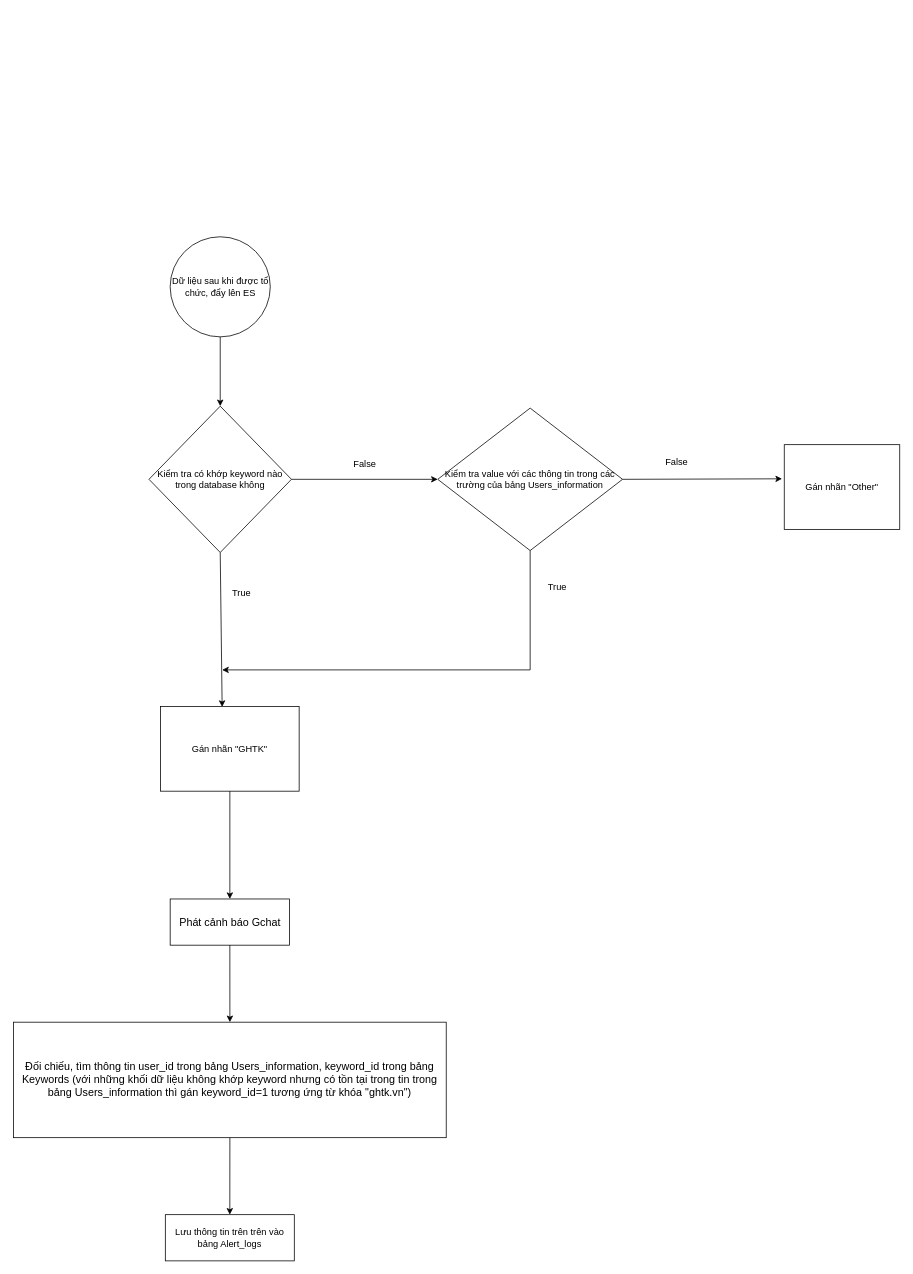
The draw.io diagram biểu đồ hoạt động.drawio in tung23102000/test-ssh, before the edit. Source tidied: cells renumbered, new cells numbered last; positions are measured from the earlier drawing's top-left corner, leaving out a move shared by most shapes. Both pictures are drawn from the tidied source at 77%, with x=0, y=0 at pixel (13, 236).
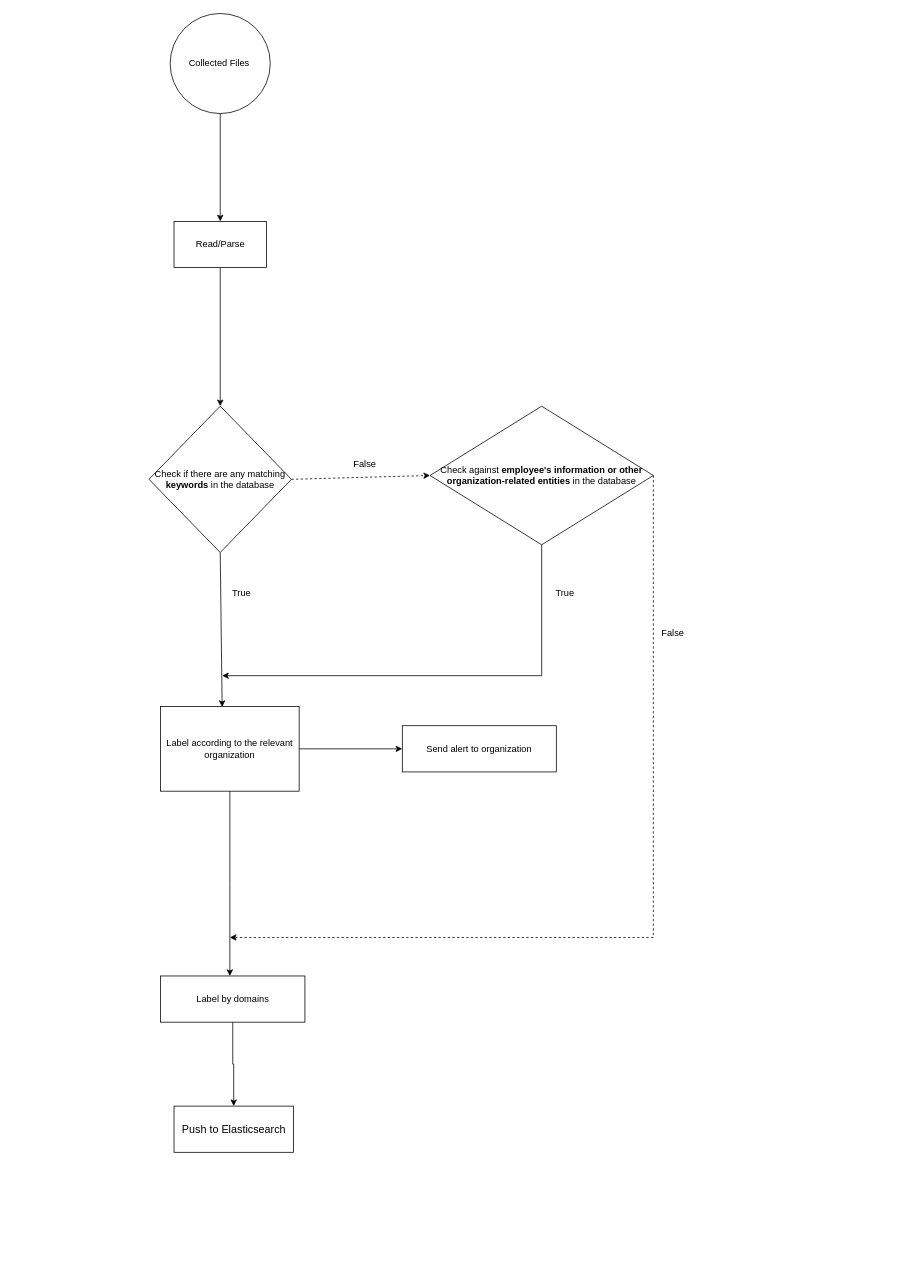
Above is the later version.

Commit message:
Cập nhật biểu đồ hoạt động.drawio

The edit, as a diff of the source:
```diff
@@
+    <mxCell id="22" style="edgeStyle=orthogonalEdgeStyle;rounded=0;jettySize=auto;html=1;entryX=0.5;entryY=0;entryDx=0;entryDy=0;" parent="1" edge="1" source="2" target="26">
+      <mxGeometry relative="1" as="geometry" />
+    </mxCell>
-    <mxCell id="2" value="Dữ liệu sau khi được tổ chức, đẩy lên ES" style="ellipse;whiteSpace=wrap;html=1;" parent="1" vertex="1">
-      <mxGeometry x="203.5" width="130" height="130" as="geometry" />
+    <mxCell id="2" value="Collected Files&amp;nbsp;" style="ellipse;whiteSpace=wrap;html=1;" parent="1" vertex="1">
+      <mxGeometry x="203.5" y="-290" width="130" height="130" as="geometry" />
     </mxCell>
-    <mxCell id="3" value="Kiểm tra có khớp keyword nào trong database không" style="rhombus;whiteSpace=wrap;html=1;" parent="1" vertex="1">
+    <mxCell id="3" value="Check if there are any matching &lt;b&gt;keywords &lt;/b&gt;in the database" style="rhombus;whiteSpace=wrap;html=1;" parent="1" vertex="1">
       <mxGeometry x="176" y="220" width="185" height="190" as="geometry" />
     </mxCell>
-    <mxCell id="4" style="endArrow=classic;html=1;rounded=0;exitX=0.5;exitY=1;exitDx=0;exitDy=0;entryX=0.5;entryY=0;entryDx=0;entryDy=0;" parent="1" edge="1" source="2" target="3">
-      <mxGeometry relative="1" as="geometry" />
-    </mxCell>
-    <mxCell id="5" value="&lt;font style=&quot;font-size: 14px;&quot;&gt;Đối chiếu, tìm thông tin user_id trong bảng Users_information, keyword_id trong bảng Keywords (với những khối dữ liệu không khớp keyword nhưng có tồn tại trong tin trong bảng Users_information thì gán keyword_id=1 tương ứng từ khóa &quot;ghtk.vn&quot;)&lt;/font&gt;" style="rounded=0;whiteSpace=wrap;html=1;" parent="1" vertex="1">
-      <mxGeometry x="0.1" y="1020" width="561.9" height="150" as="geometry" />
-    </mxCell>
-    <mxCell id="6" value="Lưu thông tin trên trên vào bảng Alert_logs" style="rounded=0;whiteSpace=wrap;html=1;" parent="1" vertex="1">
-      <mxGeometry x="197.2" y="1270" width="167.5" height="60" as="geometry" />
-    </mxCell>
-    <mxCell id="7" style="endArrow=classic;html=1;rounded=0;exitX=0.5;exitY=1;exitDx=0;exitDy=0;entryX=0.5;entryY=0;entryDx=0;entryDy=0;" parent="1" edge="1" source="5" target="6">
-      <mxGeometry relative="1" as="geometry" />
-    </mxCell>
-    <mxCell id="8" value="&lt;font style=&quot;font-size: 14px;&quot;&gt;Phát cảnh báo Gchat&lt;/font&gt;" style="rounded=0;whiteSpace=wrap;html=1;" parent="1" vertex="1">
-      <mxGeometry x="203.5" y="860" width="155" height="60" as="geometry" />
+    <mxCell id="8" value="&lt;span style=&quot;font-size: 14px;&quot;&gt;Push to Elasticsearch&lt;/span&gt;" style="rounded=0;whiteSpace=wrap;html=1;" parent="1" vertex="1">
+      <mxGeometry x="208.5" y="1129" width="155" height="60" as="geometry" />
     </mxCell>
-    <mxCell id="9" style="endArrow=classic;html=1;rounded=0;exitX=0.5;exitY=1;exitDx=0;exitDy=0;entryX=0.5;entryY=0;entryDx=0;entryDy=0;" parent="1" edge="1" source="8" target="5">
-      <mxGeometry relative="1" as="geometry" />
-    </mxCell>
+    <mxCell id="23" style="edgeStyle=orthogonalEdgeStyle;rounded=0;jettySize=auto;html=1;" parent="1" edge="1" source="10">
+      <mxGeometry relative="1" as="geometry">
+        <mxPoint x="271" y="570" as="targetPoint" />
+        <Array as="points">
+          <mxPoint x="686" y="570" />
+        </Array>
+      </mxGeometry>
+    </mxCell>
-    <mxCell id="10" value="Kiểm tra value với các thông tin trong các trường của bảng Users_information" style="rhombus;whiteSpace=wrap;html=1;" parent="1" vertex="1">
-      <mxGeometry x="551" y="222.5" width="240" height="185" as="geometry" />
+    <mxCell id="10" value="Check against &lt;b&gt;employee's information or other organization-related entities&lt;/b&gt; in the database" style="rhombus;whiteSpace=wrap;html=1;" parent="1" vertex="1">
+      <mxGeometry x="541" y="220" width="290" height="180" as="geometry" />
     </mxCell>
@@
-    <mxCell id="12" style="endArrow=classic;html=1;rounded=0;exitX=1;exitY=0.5;exitDx=0;exitDy=0;entryX=0;entryY=0.5;entryDx=0;entryDy=0;" parent="1" edge="1" source="3" target="10">
+    <mxCell id="12" style="endArrow=classic;html=1;rounded=0;exitX=1;exitY=0.5;exitDx=0;exitDy=0;entryX=0;entryY=0.5;entryDx=0;entryDy=0;dashed=1;" parent="1" edge="1" source="3" target="10">
       <mxGeometry relative="1" as="geometry" />
     </mxCell>
@@
-    <mxCell id="14" style="endArrow=classic;html=1;rounded=0;entryX=0.5;entryY=1;entryDx=0;entryDy=0;edgeStyle=orthogonalEdgeStyle;exitX=0.5;exitY=1;exitDx=0;exitDy=0;" parent="1" edge="1" source="10">
-      <mxGeometry relative="1" as="geometry">
-        <mxPoint x="271" y="562.5" as="targetPoint" />
-        <Array as="points">
-          <mxPoint x="671" y="562" />
-        </Array>
-      </mxGeometry>
-    </mxCell>
-    <mxCell id="15" style="endArrow=classic;html=1;rounded=0;exitX=1;exitY=0.5;exitDx=0;exitDy=0;entryX=-0.019;entryY=0.403;entryDx=0;entryDy=0;entryPerimeter=0;" parent="1" edge="1" source="10" target="17">
-      <mxGeometry relative="1" as="geometry" />
+    <mxCell id="15" style="endArrow=classic;html=1;rounded=0;exitX=1;exitY=0.5;exitDx=0;exitDy=0;dashed=1;" parent="1" edge="1" source="10">
+      <mxGeometry relative="1" as="geometry">
+        <mxPoint x="281" y="910" as="targetPoint" />
+        <Array as="points">
+          <mxPoint x="831" y="660" />
+          <mxPoint x="831" y="910" />
+        </Array>
+      </mxGeometry>
     </mxCell>
+    <mxCell id="24" style="edgeStyle=orthogonalEdgeStyle;rounded=0;jettySize=auto;html=1;entryX=0;entryY=0.5;entryDx=0;entryDy=0;" parent="1" edge="1" source="16" target="27">
+      <mxGeometry relative="1" as="geometry" />
+    </mxCell>
-    <mxCell id="16" value="Gán nhãn &quot;GHTK&quot;" style="rounded=0;whiteSpace=wrap;html=1;" parent="1" vertex="1">
+    <mxCell id="16" value="&lt;div&gt;Label according to the relevant organization&lt;/div&gt;" style="rounded=0;whiteSpace=wrap;html=1;" parent="1" vertex="1">
       <mxGeometry x="191" y="610" width="180" height="110" as="geometry" />
     </mxCell>
-    <mxCell id="17" value="Gán nhãn &quot;Other&quot;" style="rounded=0;whiteSpace=wrap;html=1;" parent="1" vertex="1">
-      <mxGeometry x="1001" y="270" width="150" height="110" as="geometry" />
-    </mxCell>
     <mxCell id="18" value="False" style="text;html=1;align=center;verticalAlign=middle;strokeColor=none;fillColor=none;" parent="1" vertex="1">
-      <mxGeometry x="836" y="278" width="50" height="30" as="geometry" />
+      <mxGeometry x="831" y="500" width="50" height="30" as="geometry" />
     </mxCell>
@@
     <mxCell id="20" value="True" style="text;html=1;align=center;verticalAlign=middle;strokeColor=none;fillColor=none;" parent="1" vertex="1">
-      <mxGeometry x="681" y="440" width="50" height="30" as="geometry" />
+      <mxGeometry x="691" y="448" width="50" height="30" as="geometry" />
     </mxCell>
-    <mxCell id="21" style="endArrow=classic;html=1;rounded=0;exitX=0.5;exitY=1;exitDx=0;exitDy=0;entryX=0.5;entryY=0;entryDx=0;entryDy=0;" parent="1" edge="1" source="16" target="8">
-      <mxGeometry relative="1" as="geometry" />
-    </mxCell>
+    <mxCell id="25" style="edgeStyle=orthogonalEdgeStyle;rounded=0;jettySize=auto;html=1;entryX=0.5;entryY=0;entryDx=0;entryDy=0;" parent="1" edge="1" source="26" target="3">
+      <mxGeometry relative="1" as="geometry" />
+    </mxCell>
+    <mxCell id="26" value="Read/Parse" style="rounded=0;whiteSpace=wrap;html=1;" parent="1" vertex="1">
+      <mxGeometry x="208.5" y="-20" width="120" height="60" as="geometry" />
+    </mxCell>
+    <mxCell id="27" value="Send alert to organization" style="rounded=0;whiteSpace=wrap;html=1;" parent="1" vertex="1">
+      <mxGeometry x="505" y="635" width="200" height="60" as="geometry" />
+    </mxCell>
+    <mxCell id="28" style="edgeStyle=orthogonalEdgeStyle;rounded=0;jettySize=auto;html=1;entryX=0.5;entryY=0;entryDx=0;entryDy=0;" parent="1" edge="1" source="29" target="8">
+      <mxGeometry relative="1" as="geometry" />
+    </mxCell>
+    <mxCell id="29" value="Label by domains" style="rounded=0;whiteSpace=wrap;html=1;" parent="1" vertex="1">
+      <mxGeometry x="191" y="960" width="187.5" height="60" as="geometry" />
+    </mxCell>
+    <mxCell id="30" style="edgeStyle=orthogonalEdgeStyle;rounded=0;jettySize=auto;html=1;" parent="1" edge="1" source="16">
+      <mxGeometry relative="1" as="geometry">
+        <mxPoint x="281" y="960" as="targetPoint" />
+      </mxGeometry>
+    </mxCell>
```
